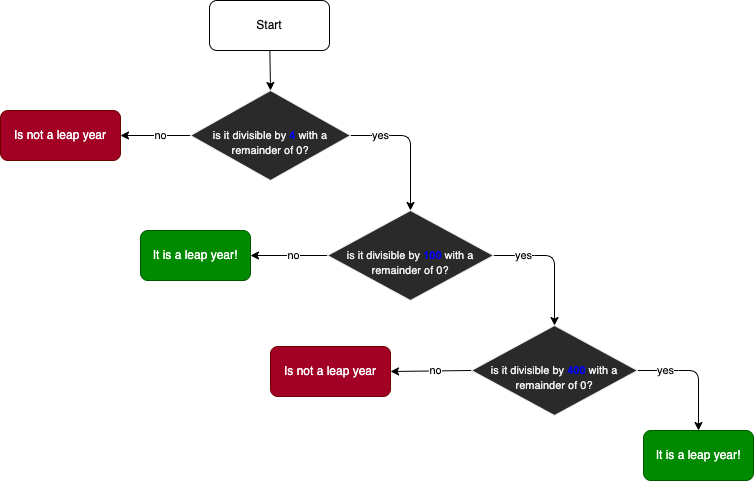
TechyTish/100daysofcode keeps this draw.io diagram as day3/ex5-leap_year_flowchart.png. Above is the earlier version. Source tidied: cells renumbered, new cells last; positions are measured from the earlier drawing's top-left corner, leaving out a move shared by most shapes. Its diagram source:
```xml
<mxGraphModel>
  <root>
    <mxCell id="0" />
    <mxCell id="1" parent="0" />
    <mxCell id="2" style="edgeStyle=none;html=1;entryX=0.5;entryY=0;entryDx=0;entryDy=0;" parent="1" edge="1" source="3" target="6">
      <mxGeometry relative="1" as="geometry" />
    </mxCell>
    <mxCell id="3" value="Start" style="rounded=1;whiteSpace=wrap;html=1;" parent="1" vertex="1">
      <mxGeometry x="209" width="120" height="50" as="geometry" />
    </mxCell>
    <mxCell id="4" value="yes" style="edgeStyle=none;html=1;exitX=1;exitY=0.5;exitDx=0;exitDy=0;entryX=0.5;entryY=0;entryDx=0;entryDy=0;" parent="1" edge="1" source="6" target="10">
      <mxGeometry x="-0.56" relative="1" as="geometry">
        <Array as="points">
          <mxPoint x="380" y="135" />
          <mxPoint x="410" y="135" />
        </Array>
        <mxPoint x="1" as="offset" />
      </mxGeometry>
    </mxCell>
    <mxCell id="5" value="no" style="edgeStyle=none;html=1;exitX=0;exitY=0.5;exitDx=0;exitDy=0;entryX=1;entryY=0.5;entryDx=0;entryDy=0;" parent="1" edge="1" source="6" target="7">
      <mxGeometry x="-0.14" relative="1" as="geometry">
        <mxPoint x="-1" as="offset" />
      </mxGeometry>
    </mxCell>
    <mxCell id="6" value="&lt;font style=&quot;font-size: 11px&quot;&gt;&lt;br&gt;is it divisible by &lt;b&gt;&lt;font color=&quot;#0000ff&quot;&gt;4&lt;/font&gt;&lt;/b&gt; with a remainder of 0?&lt;/font&gt;" style="rhombus;whiteSpace=wrap;html=1;fontFamily=Helvetica;fontSize=12;fontColor=rgb(240, 240, 240);align=center;strokeColor=rgb(240, 240, 240);fillColor=rgb(42, 42, 42);" parent="1" vertex="1">
      <mxGeometry x="190" y="90" width="160" height="90" as="geometry" />
    </mxCell>
    <mxCell id="7" value="Is not a leap year" style="rounded=1;whiteSpace=wrap;html=1;fontFamily=Helvetica;fontSize=12;fontColor=#ffffff;align=center;strokeColor=#6F0000;fillColor=#a20025;" parent="1" vertex="1">
      <mxGeometry y="110" width="120" height="50" as="geometry" />
    </mxCell>
    <mxCell id="8" value="yes" style="edgeStyle=none;html=1;exitX=1;exitY=0.5;exitDx=0;exitDy=0;entryX=0.5;entryY=0;entryDx=0;entryDy=0;" parent="1" edge="1" source="10" target="16">
      <mxGeometry x="-0.56" relative="1" as="geometry">
        <Array as="points">
          <mxPoint x="524" y="255" />
          <mxPoint x="554" y="255" />
        </Array>
        <mxPoint x="1" as="offset" />
      </mxGeometry>
    </mxCell>
    <mxCell id="9" value="no" style="edgeStyle=none;html=1;exitX=0;exitY=0.5;exitDx=0;exitDy=0;entryX=1;entryY=0.5;entryDx=0;entryDy=0;" parent="1" edge="1" source="10" target="11">
      <mxGeometry x="-0.14" relative="1" as="geometry">
        <mxPoint x="-1" as="offset" />
      </mxGeometry>
    </mxCell>
    <mxCell id="10" value="&lt;font style=&quot;font-size: 11px&quot;&gt;&lt;br&gt;is it divisible by &lt;b&gt;&lt;font color=&quot;#0000ff&quot;&gt;100&lt;/font&gt;&lt;/b&gt; with a remainder of 0?&lt;/font&gt;" style="rhombus;whiteSpace=wrap;html=1;fontFamily=Helvetica;fontSize=12;fontColor=rgb(240, 240, 240);align=center;strokeColor=rgb(240, 240, 240);fillColor=rgb(42, 42, 42);" parent="1" vertex="1">
      <mxGeometry x="327" y="210" width="166" height="90" as="geometry" />
    </mxCell>
    <mxCell id="11" value="It is a leap year!" style="rounded=1;whiteSpace=wrap;html=1;fontFamily=Helvetica;fontSize=12;fontColor=#ffffff;align=center;strokeColor=#005700;fillColor=#008a00;" parent="1" vertex="1">
      <mxGeometry x="140" y="230" width="110" height="50" as="geometry" />
    </mxCell>
    <mxCell id="12" value="yes" style="edgeStyle=none;html=1;exitX=1;exitY=0.5;exitDx=0;exitDy=0;entryX=0.5;entryY=0;entryDx=0;entryDy=0;" parent="1" edge="1" source="16" target="14">
      <mxGeometry x="-0.56" relative="1" as="geometry">
        <Array as="points">
          <mxPoint x="668" y="370" />
          <mxPoint x="698" y="370" />
        </Array>
        <mxPoint x="1" as="offset" />
      </mxGeometry>
    </mxCell>
    <mxCell id="13" value="no" style="edgeStyle=none;html=1;exitX=0;exitY=0.5;exitDx=0;exitDy=0;entryX=1;entryY=0.5;entryDx=0;entryDy=0;" parent="1" edge="1" source="16" target="15">
      <mxGeometry x="-0.14" relative="1" as="geometry">
        <mxPoint x="-1" as="offset" />
      </mxGeometry>
    </mxCell>
    <mxCell id="14" value="It is a leap year!" style="rounded=1;whiteSpace=wrap;html=1;fontFamily=Helvetica;fontSize=12;fontColor=#ffffff;align=center;strokeColor=#005700;fillColor=#008a00;" parent="1" vertex="1">
      <mxGeometry x="643" y="430" width="110" height="50" as="geometry" />
    </mxCell>
    <mxCell id="15" value="Is not a leap year" style="rounded=1;whiteSpace=wrap;html=1;fontFamily=Helvetica;fontSize=12;fontColor=#ffffff;align=center;strokeColor=#6F0000;fillColor=#a20025;" parent="1" vertex="1">
      <mxGeometry x="270" y="346" width="120" height="50" as="geometry" />
    </mxCell>
    <mxCell id="16" value="&lt;font style=&quot;font-size: 11px&quot;&gt;&lt;br&gt;is it divisible by &lt;b&gt;&lt;font color=&quot;#0000ff&quot;&gt;400&lt;/font&gt;&lt;/b&gt; with a remainder of 0?&lt;/font&gt;" style="rhombus;whiteSpace=wrap;html=1;fontFamily=Helvetica;fontSize=12;fontColor=rgb(240, 240, 240);align=center;strokeColor=rgb(240, 240, 240);fillColor=rgb(42, 42, 42);" parent="1" vertex="1">
      <mxGeometry x="471" y="325" width="166" height="90" as="geometry" />
    </mxCell>
  </root>
</mxGraphModel>
```
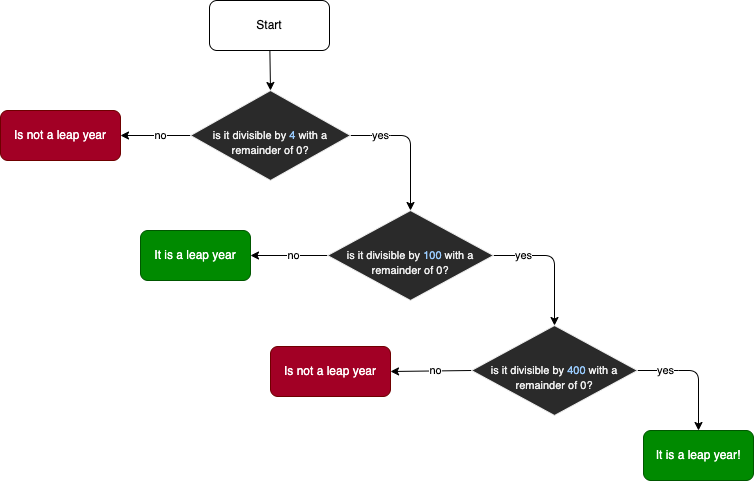
The same file after the commit.

What changed in the source:
```diff
@@ -22,7 +22,7 @@
         <mxPoint x="-1" as="offset" />
       </mxGeometry>
     </mxCell>
-    <mxCell id="6" value="&lt;font style=&quot;font-size: 11px&quot;&gt;&lt;br&gt;is it divisible by &lt;b&gt;&lt;font color=&quot;#0000ff&quot;&gt;4&lt;/font&gt;&lt;/b&gt; with a remainder of 0?&lt;/font&gt;" style="rhombus;whiteSpace=wrap;html=1;fontFamily=Helvetica;fontSize=12;fontColor=rgb(240, 240, 240);align=center;strokeColor=rgb(240, 240, 240);fillColor=rgb(42, 42, 42);" parent="1" vertex="1">
+    <mxCell id="6" value="&lt;font style=&quot;font-size: 11px&quot;&gt;&lt;br&gt;is it divisible by &lt;font color=&quot;#99ccff&quot;&gt;4&lt;/font&gt; with a remainder of 0?&lt;/font&gt;" style="rhombus;whiteSpace=wrap;html=1;fontFamily=Helvetica;fontSize=12;fontColor=rgb(240, 240, 240);align=center;strokeColor=rgb(240, 240, 240);fillColor=rgb(42, 42, 42);" parent="1" vertex="1">
       <mxGeometry x="190" y="90" width="160" height="90" as="geometry" />
     </mxCell>
     <mxCell id="7" value="Is not a leap year" style="rounded=1;whiteSpace=wrap;html=1;fontFamily=Helvetica;fontSize=12;fontColor=#ffffff;align=center;strokeColor=#6F0000;fillColor=#a20025;" parent="1" vertex="1">
@@ -31,7 +31,6 @@
     <mxCell id="8" value="yes" style="edgeStyle=none;html=1;exitX=1;exitY=0.5;exitDx=0;exitDy=0;entryX=0.5;entryY=0;entryDx=0;entryDy=0;" parent="1" edge="1" source="10" target="16">
       <mxGeometry x="-0.56" relative="1" as="geometry">
         <Array as="points">
-          <mxPoint x="524" y="255" />
           <mxPoint x="554" y="255" />
         </Array>
         <mxPoint x="1" as="offset" />
@@ -42,10 +41,10 @@
         <mxPoint x="-1" as="offset" />
       </mxGeometry>
     </mxCell>
-    <mxCell id="10" value="&lt;font style=&quot;font-size: 11px&quot;&gt;&lt;br&gt;is it divisible by &lt;b&gt;&lt;font color=&quot;#0000ff&quot;&gt;100&lt;/font&gt;&lt;/b&gt; with a remainder of 0?&lt;/font&gt;" style="rhombus;whiteSpace=wrap;html=1;fontFamily=Helvetica;fontSize=12;fontColor=rgb(240, 240, 240);align=center;strokeColor=rgb(240, 240, 240);fillColor=rgb(42, 42, 42);" parent="1" vertex="1">
+    <mxCell id="10" value="&lt;font style=&quot;font-size: 11px&quot;&gt;&lt;br&gt;is it divisible by &lt;font color=&quot;#99ccff&quot;&gt;100&lt;/font&gt; with a remainder of 0?&lt;/font&gt;" style="rhombus;whiteSpace=wrap;html=1;fontFamily=Helvetica;fontSize=12;fontColor=rgb(240, 240, 240);align=center;strokeColor=rgb(240, 240, 240);fillColor=rgb(42, 42, 42);" parent="1" vertex="1">
       <mxGeometry x="327" y="210" width="166" height="90" as="geometry" />
     </mxCell>
-    <mxCell id="11" value="It is a leap year!" style="rounded=1;whiteSpace=wrap;html=1;fontFamily=Helvetica;fontSize=12;fontColor=#ffffff;align=center;strokeColor=#005700;fillColor=#008a00;" parent="1" vertex="1">
+    <mxCell id="11" value="It is a leap year" style="rounded=1;whiteSpace=wrap;html=1;fontFamily=Helvetica;fontSize=12;fontColor=#ffffff;align=center;strokeColor=#005700;fillColor=#008a00;" parent="1" vertex="1">
       <mxGeometry x="140" y="230" width="110" height="50" as="geometry" />
     </mxCell>
     <mxCell id="12" value="yes" style="edgeStyle=none;html=1;exitX=1;exitY=0.5;exitDx=0;exitDy=0;entryX=0.5;entryY=0;entryDx=0;entryDy=0;" parent="1" edge="1" source="16" target="14">
@@ -68,7 +67,7 @@
     <mxCell id="15" value="Is not a leap year" style="rounded=1;whiteSpace=wrap;html=1;fontFamily=Helvetica;fontSize=12;fontColor=#ffffff;align=center;strokeColor=#6F0000;fillColor=#a20025;" parent="1" vertex="1">
       <mxGeometry x="270" y="346" width="120" height="50" as="geometry" />
     </mxCell>
-    <mxCell id="16" value="&lt;font style=&quot;font-size: 11px&quot;&gt;&lt;br&gt;is it divisible by &lt;b&gt;&lt;font color=&quot;#0000ff&quot;&gt;400&lt;/font&gt;&lt;/b&gt; with a remainder of 0?&lt;/font&gt;" style="rhombus;whiteSpace=wrap;html=1;fontFamily=Helvetica;fontSize=12;fontColor=rgb(240, 240, 240);align=center;strokeColor=rgb(240, 240, 240);fillColor=rgb(42, 42, 42);" parent="1" vertex="1">
+    <mxCell id="16" value="&lt;font style=&quot;font-size: 11px&quot;&gt;&lt;br&gt;is it divisible by &lt;font color=&quot;#99ccff&quot;&gt;400&lt;/font&gt; with a remainder of 0?&lt;/font&gt;" style="rhombus;whiteSpace=wrap;html=1;fontFamily=Helvetica;fontSize=12;fontColor=rgb(240, 240, 240);align=center;strokeColor=rgb(240, 240, 240);fillColor=rgb(42, 42, 42);" parent="1" vertex="1">
       <mxGeometry x="471" y="325" width="166" height="90" as="geometry" />
     </mxCell>
   </root>
```
